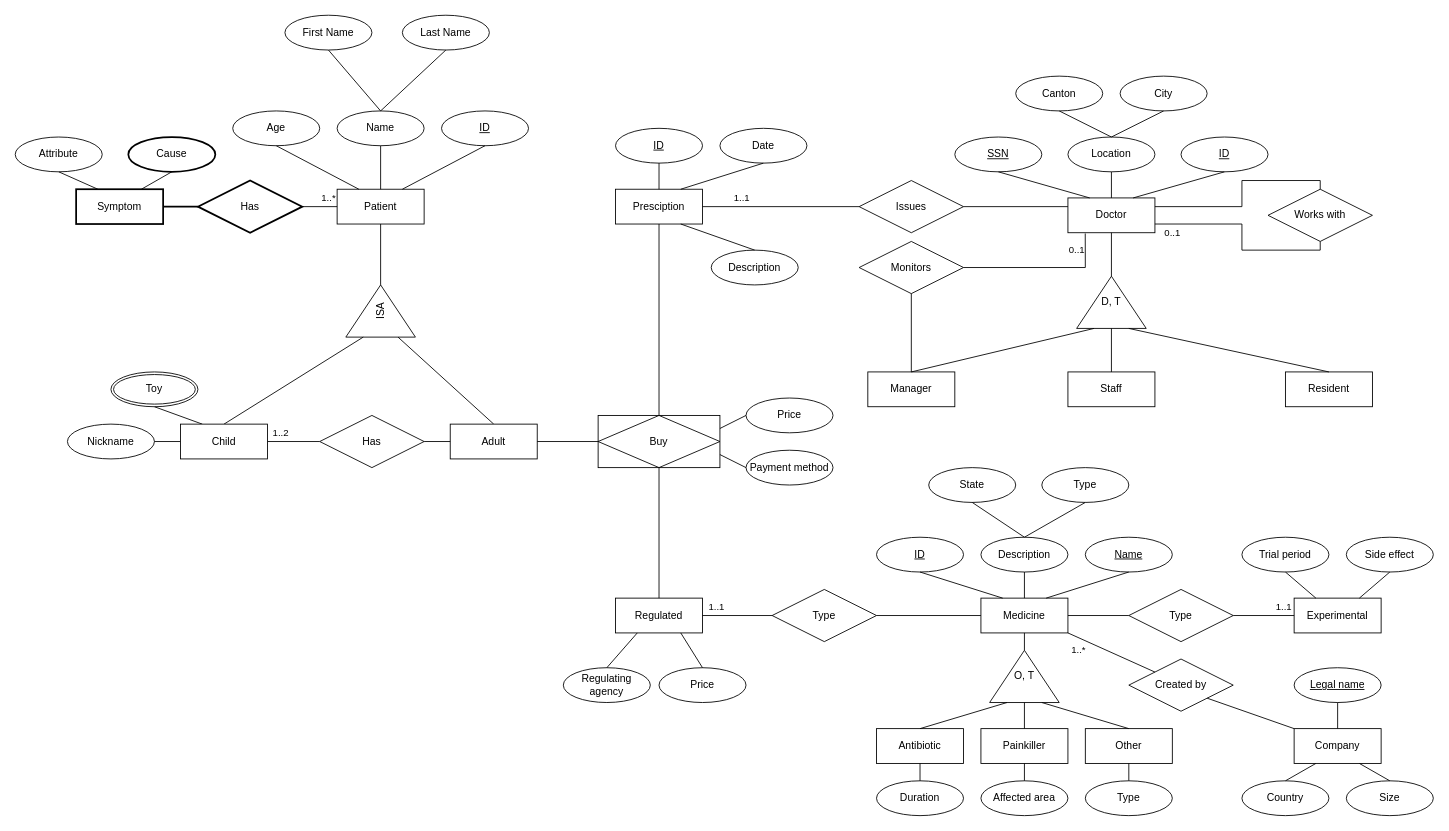
karma-riuk/DM_Assignments keeps this draw.io diagram as Untitled Diagram.drawio. Above is the earlier version. Source tidied: cells renumbered, new cells numbered last; positions are measured from the earlier drawing's top-left corner, leaving out a move shared by most shapes. Both pictures are drawn from the tidied source at 87%, with x=0, y=0 at pixel (15, 15).
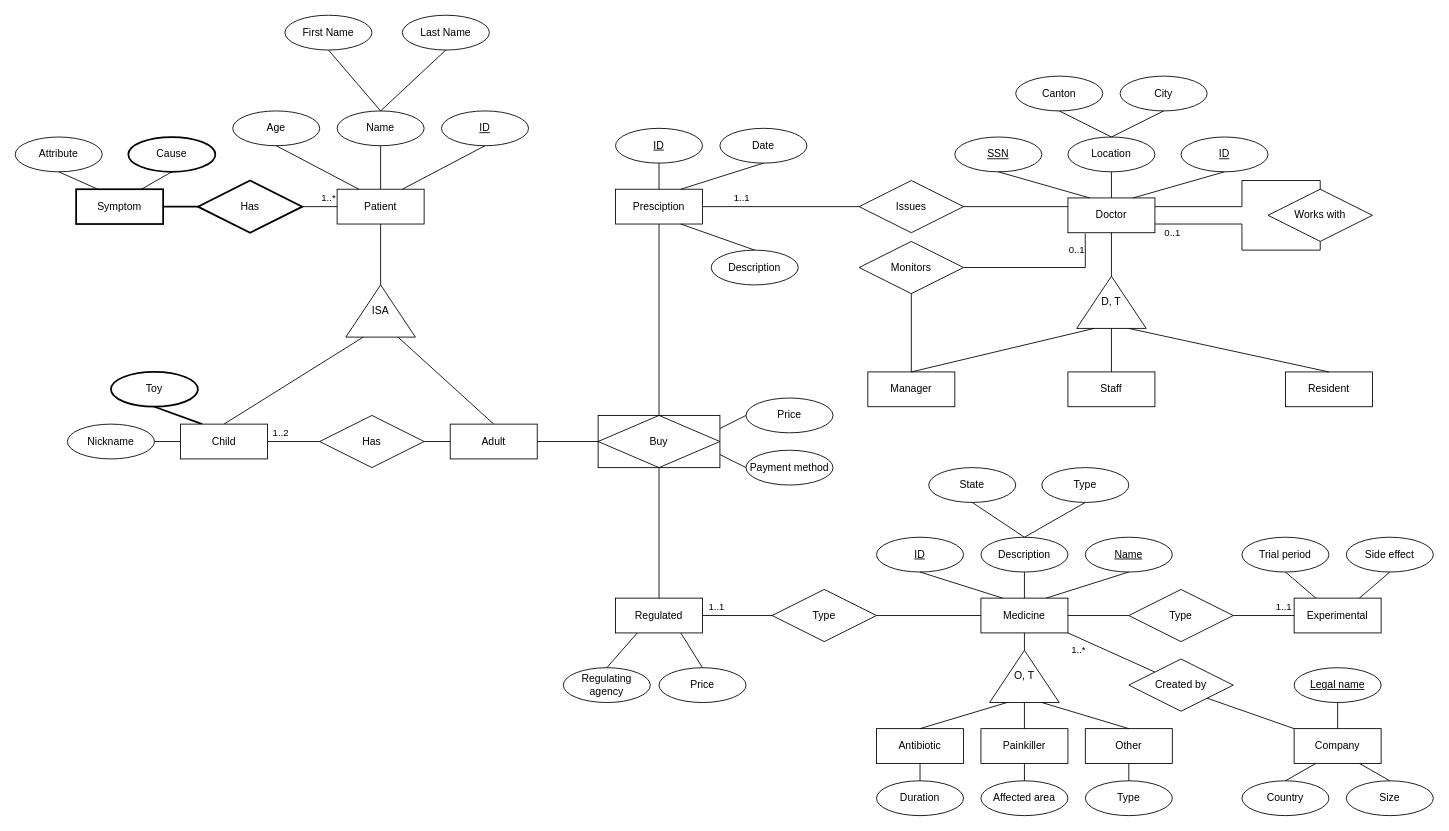
Above is the later version.

Commit message:
Last fixes (probably not)

Unchanged cells that the change refers to:
```xml
<mxCell id="24" value="Child" style="shape=ext;margin=3;double=0;whiteSpace=wrap;html=1;align=center;strokeWidth=1;" parent="1" vertex="1">
  <mxGeometry x="190" y="470" width="100" height="40" as="geometry" />
</mxCell>
```

Change to the diagram source:
```diff
@@
-    <mxCell id="12" value="ISA" style="triangle;whiteSpace=wrap;rotation=-90;horizontal=1;direction=east;flipV=0;flipH=0;verticalAlign=middle;html=1;labelPosition=center;verticalLabelPosition=middle;align=center;" parent="1" vertex="1">
-      <mxGeometry x="390" y="300" width="60" height="80" as="geometry" />
+    <mxCell id="12" value="ISA" style="triangle;whiteSpace=wrap;rotation=0;horizontal=1;direction=north;flipV=0;flipH=0;verticalAlign=middle;html=1;labelPosition=center;verticalLabelPosition=middle;align=center;" parent="1" vertex="1">
+      <mxGeometry x="380" y="310" width="80" height="60" as="geometry" />
     </mxCell>
@@
-    <mxCell id="17" value="Toy" style="ellipse;shape=doubleEllipse;margin=3;whiteSpace=wrap;html=1;align=center;" parent="1" vertex="1">
+    <mxCell id="17" value="Toy" style="ellipse;margin=3;whiteSpace=wrap;html=1;align=center;strokeWidth=2;strokeColor=default;" parent="1" vertex="1">
       <mxGeometry x="110" y="410" width="100" height="40" as="geometry" />
     </mxCell>
-    <mxCell id="18" style="endArrow=none;html=1;rounded=0;exitX=0.5;exitY=1;exitDx=0;exitDy=0;entryX=0.25;entryY=0;entryDx=0;entryDy=0;" parent="1" edge="1" source="17" target="24">
+    <mxCell id="18" style="endArrow=none;html=1;rounded=0;exitX=0.5;exitY=1;exitDx=0;exitDy=0;entryX=0.25;entryY=0;entryDx=0;entryDy=0;strokeWidth=2;" parent="1" edge="1" source="17" target="24">
       <mxGeometry relative="1" as="geometry" />
     </mxCell>
```
